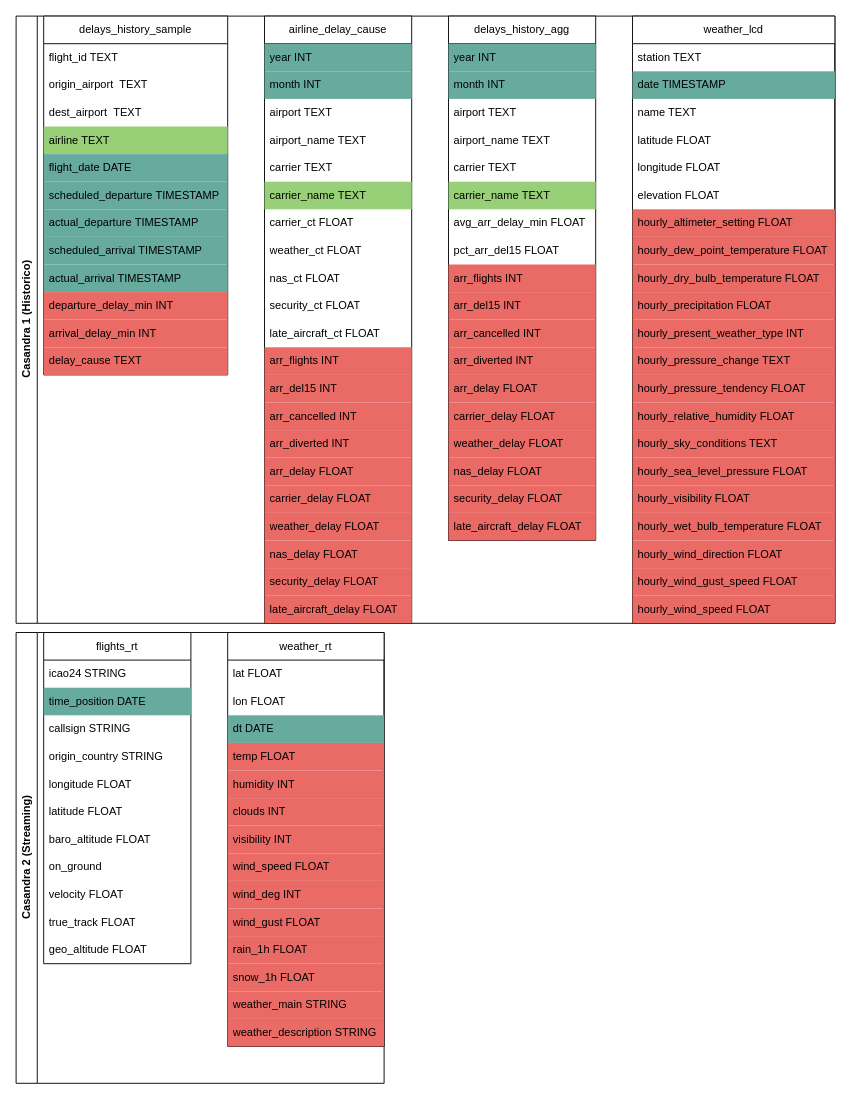
The draw.io diagram docs/ProyectoAHI_Esquema_BD.drawio in magnitopic/big-data-pipeline, before the edit. Source tidied: cells renumbered, new cells numbered last; positions are measured from the earlier drawing's top-left corner, leaving out a move shared by most shapes. Both pictures are drawn from the tidied source at 92%, with x=0, y=0 at pixel (16, 16).
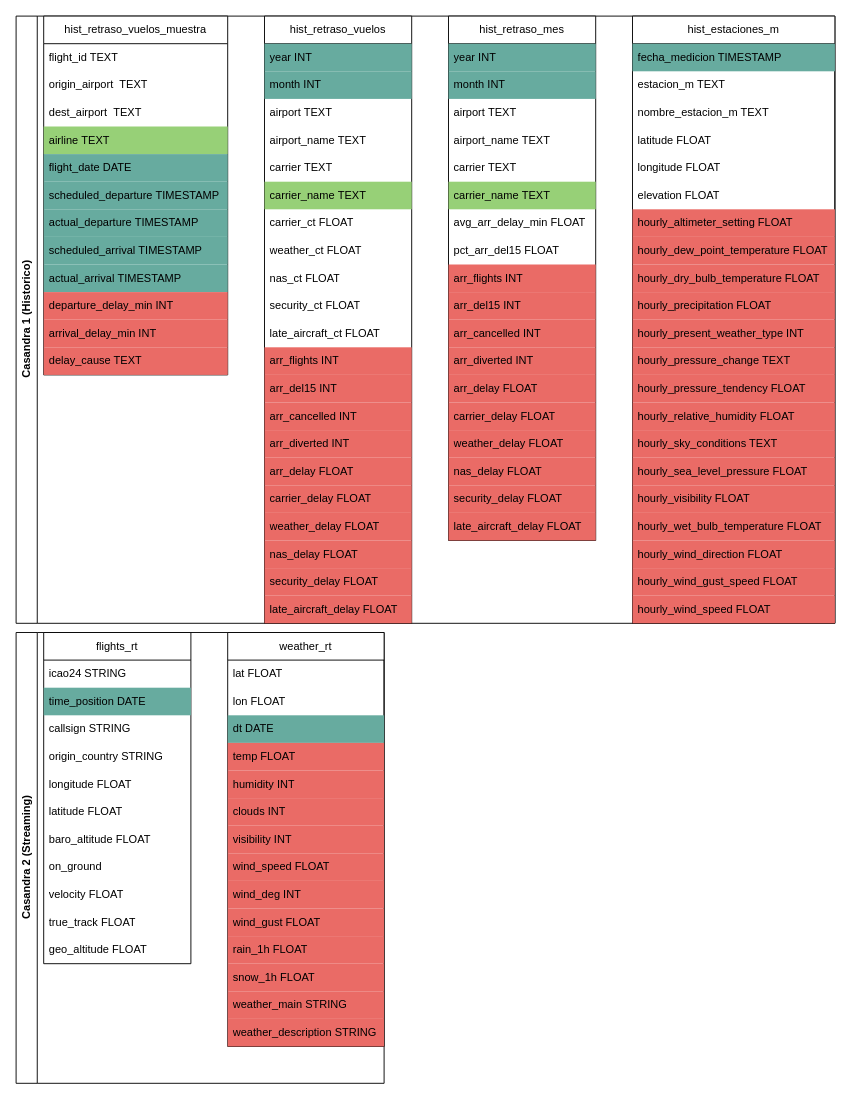
The same diagram, later.

The change refers to these unchanged cells:
```xml
<mxCell id="2" value="Casandra 1 (Historico)" style="swimlane;horizontal=0;whiteSpace=wrap;html=1;" parent="1" vertex="1">
  <mxGeometry width="890" height="660" as="geometry" />
</mxCell>
```

Diff of the diagram source:
```diff
@@
-    <mxCell id="3" value="airline_delay_c&lt;span style=&quot;background-color: transparent; color: light-dark(rgb(0, 0, 0), rgb(255, 255, 255));&quot;&gt;ause&lt;/span&gt;" style="swimlane;fontStyle=0;horizontal=1;startSize=30;whiteSpace=wrap;html=1;" parent="2" vertex="1">
+    <mxCell id="3" value="hist_retraso_vuelos" style="swimlane;fontStyle=0;horizontal=1;startSize=30;whiteSpace=wrap;html=1;" parent="2" vertex="1">
       <mxGeometry x="270" width="160" height="660" as="geometry" />
     </mxCell>
@@
-    <mxCell id="25" value="delays_history_sample" style="swimlane;fontStyle=0;horizontal=1;startSize=30;whiteSpace=wrap;html=1;" parent="2" vertex="1">
+    <mxCell id="25" value="hist_retraso_vuelos_muestra" style="swimlane;fontStyle=0;horizontal=1;startSize=30;whiteSpace=wrap;html=1;" parent="2" vertex="1">
       <mxGeometry x="30" width="200" height="390" as="geometry" />
     </mxCell>
@@
-    <mxCell id="38" value="delays_history_agg" style="swimlane;fontStyle=0;horizontal=1;startSize=30;whiteSpace=wrap;html=1;" parent="2" vertex="1">
+    <mxCell id="38" value="hist_retraso_mes" style="swimlane;fontStyle=0;horizontal=1;startSize=30;whiteSpace=wrap;html=1;" parent="2" vertex="1">
       <mxGeometry x="470" width="160" height="570" as="geometry" />
     </mxCell>
@@
-    <mxCell id="57" value="weather_lcd" style="swimlane;fontStyle=0;horizontal=1;startSize=30;whiteSpace=wrap;html=1;" parent="2" vertex="1">
+    <mxCell id="57" value="hist_estaciones_m" style="swimlane;fontStyle=0;horizontal=1;startSize=30;whiteSpace=wrap;html=1;" parent="2" vertex="1">
       <mxGeometry x="670" width="220" height="660" as="geometry" />
     </mxCell>
+    <mxCell id="59" value="fecha_medicion TIMESTAMP" style="text;strokeColor=none;fillColor=#67AB9F;align=left;verticalAlign=middle;spacingLeft=4;spacingRight=4;overflow=hidden;whiteSpace=wrap;html=1;" parent="57" vertex="1">
+      <mxGeometry y="30" width="220" height="30" as="geometry" />
+    </mxCell>
-    <mxCell id="58" value="station TEXT" style="text;strokeColor=none;fillColor=none;align=left;verticalAlign=middle;spacingLeft=4;spacingRight=4;overflow=hidden;whiteSpace=wrap;html=1;" parent="57" vertex="1">
-      <mxGeometry y="30" width="220" height="30" as="geometry" />
+    <mxCell id="58" value="estacion_m TEXT" style="text;strokeColor=none;fillColor=none;align=left;verticalAlign=middle;spacingLeft=4;spacingRight=4;overflow=hidden;whiteSpace=wrap;html=1;" parent="57" vertex="1">
+      <mxGeometry y="60" width="220" height="30" as="geometry" />
     </mxCell>
-    <mxCell id="59" value="date TIMESTAMP" style="text;strokeColor=none;fillColor=#67AB9F;align=left;verticalAlign=middle;spacingLeft=4;spacingRight=4;overflow=hidden;whiteSpace=wrap;html=1;" parent="57" vertex="1">
-      <mxGeometry y="60" width="220" height="30" as="geometry" />
-    </mxCell>
-    <mxCell id="60" value="name TEXT" style="text;strokeColor=none;fillColor=none;align=left;verticalAlign=middle;spacingLeft=4;spacingRight=4;overflow=hidden;whiteSpace=wrap;html=1;" parent="57" vertex="1">
+    <mxCell id="60" value="nombre_estacion_m TEXT" style="text;strokeColor=none;fillColor=none;align=left;verticalAlign=middle;spacingLeft=4;spacingRight=4;overflow=hidden;whiteSpace=wrap;html=1;" parent="57" vertex="1">
       <mxGeometry y="90" width="220" height="30" as="geometry" />
     </mxCell>
```
